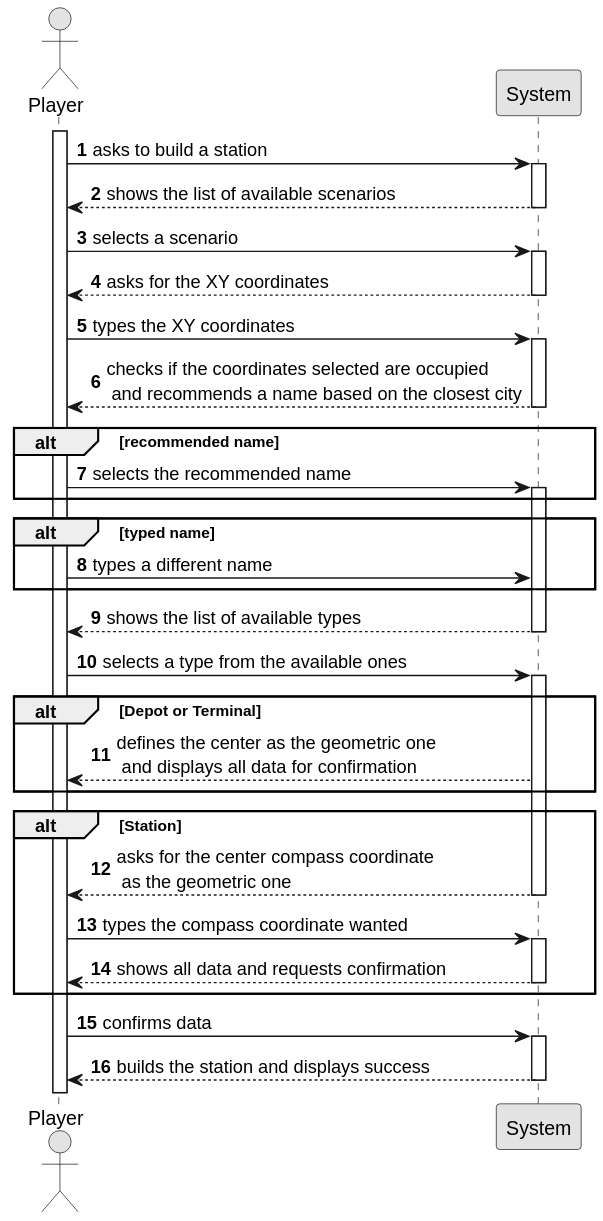
Above: Sprint2/US005/01.requirements-engineering/svg/US005-SSD.svg in 1240935/pi2-railway-simulator (PlantUML), before the change.
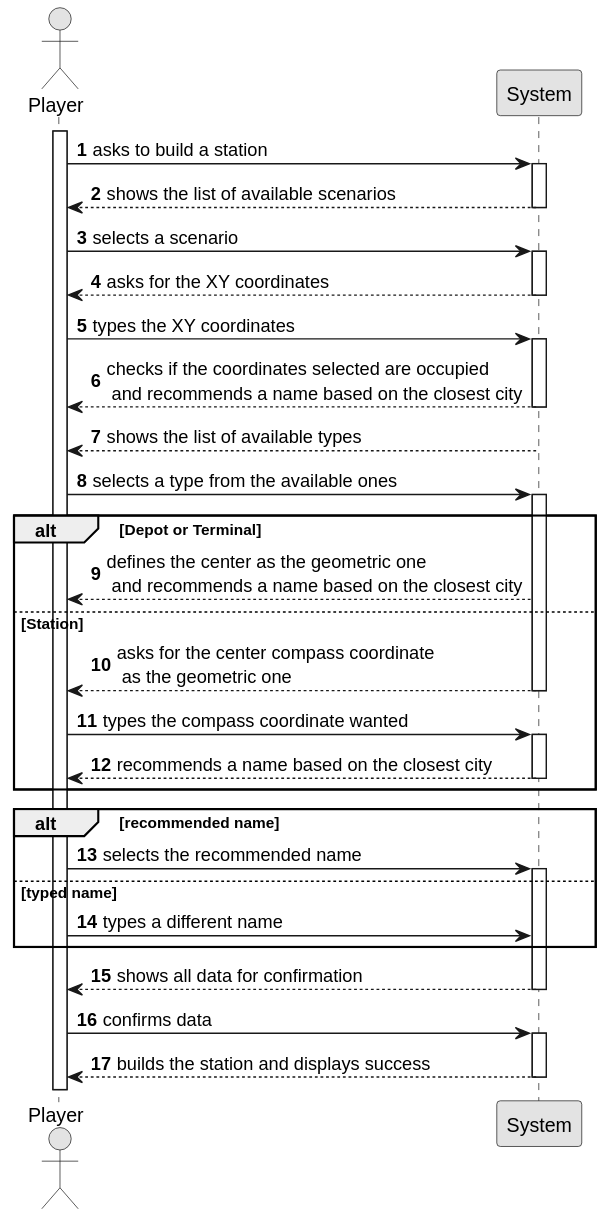
Later version of the same file.

The edit, as a diff of the source:
```diff
@@ -28,19 +28,6 @@
     System --> Player : checks if the coordinates selected are occupied \n and recommends a name based on the closest city
     deactivate System
 
-    alt recommended name
-
-    Player -> System : selects the recommended name
-    activate System
-
-    end alt
-
-    alt typed name
-
-    Player -> System : types a different name
-
-    end alt
-
     System --> Player: shows the list of available types
     deactivate System
 
@@ -49,11 +36,9 @@
 
     alt Depot or Terminal
 
-    System --> Player: defines the center as the geometric one \n and displays all data for confirmation
+    System --> Player: defines the center as the geometric one \n and recommends a name based on the closest city
 
-    end alt
-
-    alt Station
+    else Station
 
         System --> Player: asks for the center compass coordinate \n as the geometric one
         deactivate System
@@ -61,10 +46,24 @@
         Player -> System : types the compass coordinate wanted
         activate System
 
-        System --> Player: shows all data and requests confirmation
+        System --> Player: recommends a name based on the closest city
         deactivate System
 
     end alt
+
+    alt recommended name
+
+        Player -> System : selects the recommended name
+        activate System
+
+        else typed name
+
+        Player -> System : types a different name
+
+        end alt
+
+        System --> Player : shows all data for confirmation
+        deactivate System
 
         Player -> System : confirms data
         activate System
```
